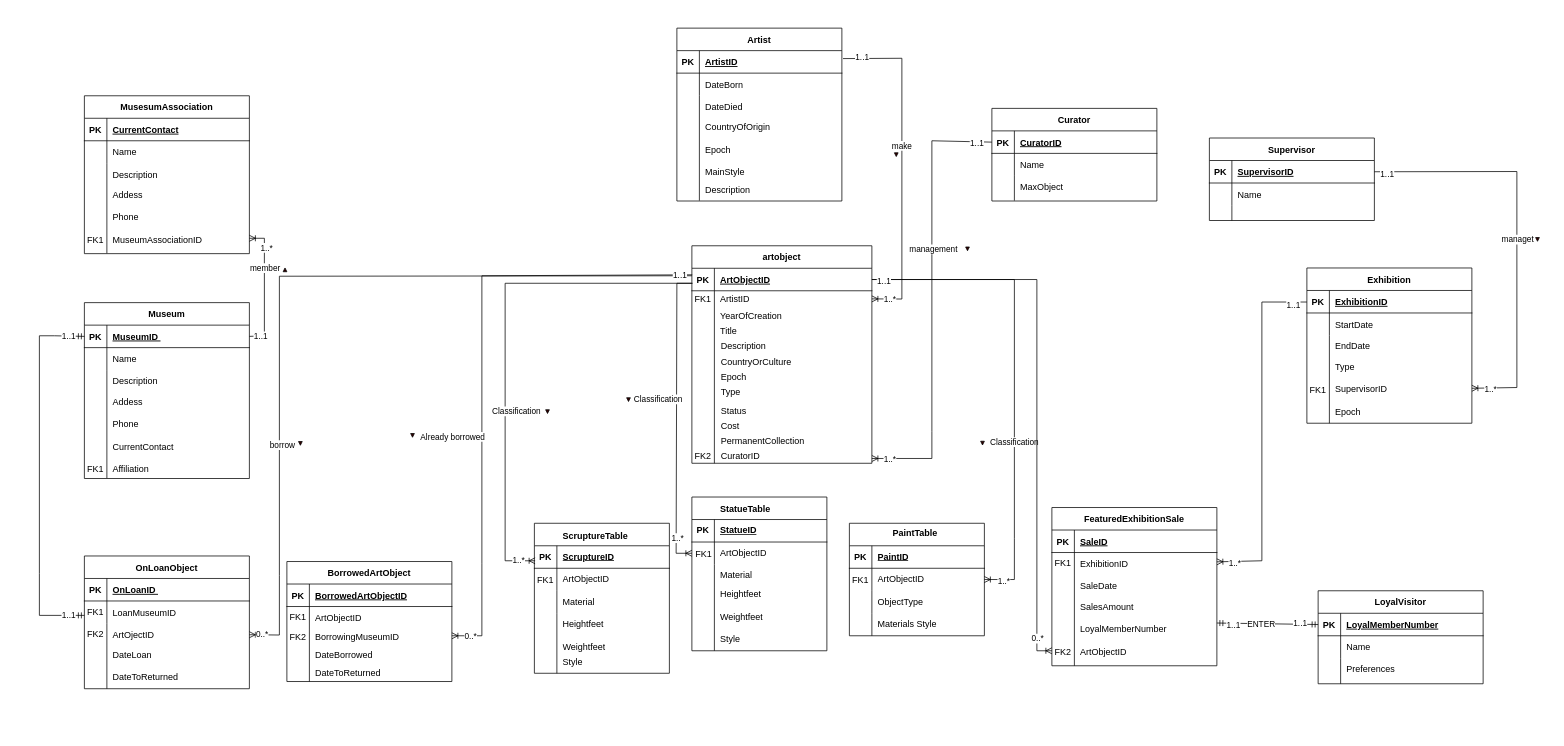
This is 未命名绘图.drawio from rz871256465/ERmodel, a draw.io file, before an edit. Source tidied: cells renumbered, new cells numbered last; positions are measured from the earlier drawing's top-left corner, leaving out a move shared by most shapes. Both pictures are drawn from the tidied source at 75%, with x=0, y=0 at pixel (39, 28).
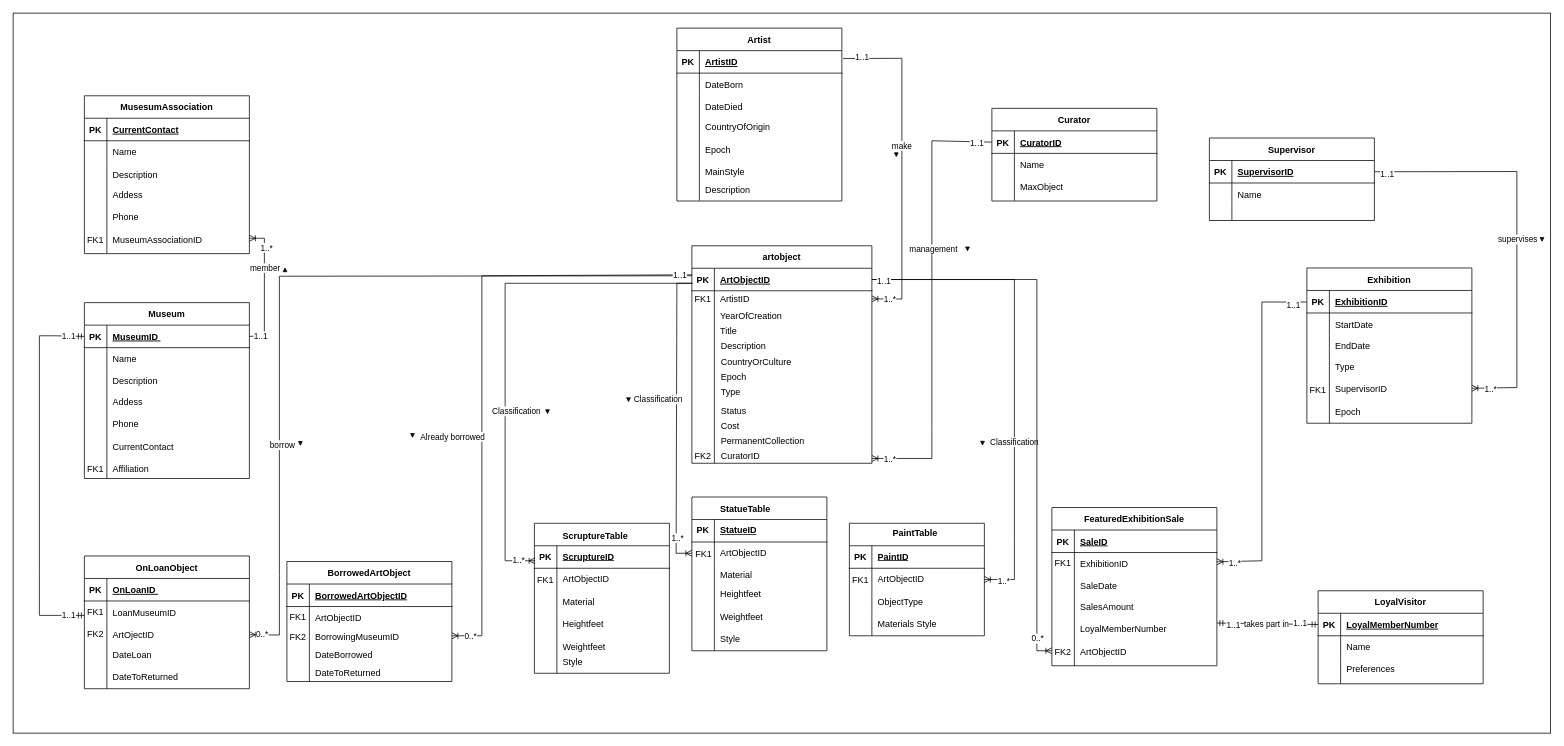
The same diagram, later.

Commit message (it also covers changes not shown here):
更新未命名绘图.drawio

The change refers to these unchanged cells:
```xml
<mxCell id="253" style="endArrow=ERmandOne;html=1;rounded=0;startArrow=ERmandOne;startFill=0;endFill=0;entryX=0;entryY=0.5;entryDx=0;entryDy=0;" parent="1" edge="1" target="225">
  <mxGeometry relative="1" as="geometry">
    <mxPoint x="1570" y="793.2" as="sourcePoint" />
  </mxGeometry>
</mxCell>
<mxCell id="257" style="endArrow=none;html=1;rounded=0;entryX=1;entryY=0.5;entryDx=0;entryDy=0;startArrow=ERoneToMany;startFill=0;endFill=0;" parent="1" edge="1" target="236">
  <mxGeometry relative="1" as="geometry">
    <mxPoint x="1910" y="480.2" as="sourcePoint" />
    <Array as="points">
      <mxPoint x="1970" y="479.2" />
      <mxPoint x="1970" y="191.2" />
    </Array>
  </mxGeometry>
</mxCell>
```

What changed in the source:
```diff
@@
+    <mxCell id="270" style="rounded=0;whiteSpace=wrap;html=1;" parent="1" vertex="1">
+      <mxGeometry x="-35" y="-20" width="2050" height="960" as="geometry" />
+    </mxCell>
@@
-    <mxCell id="254" value="ENTER" style="edgeLabel;html=1;align=center;verticalAlign=middle;" parent="253" vertex="1">
-      <mxGeometry x="-0.12" relative="1" as="geometry" />
+    <mxCell id="254" value="takes part in" style="edgeLabel;html=1;align=center;verticalAlign=middle;" parent="253" vertex="1">
+      <mxGeometry x="-0.12" relative="1" as="geometry">
+        <mxPoint x="7" as="offset" />
+      </mxGeometry>
     </mxCell>
@@
-    <mxCell id="258" value="managet" style="edgeLabel;html=1;align=center;verticalAlign=middle;" parent="257" vertex="1">
+    <mxCell id="258" value="supervises" style="edgeLabel;html=1;align=center;verticalAlign=middle;" parent="257" vertex="1">
       <mxGeometry x="-0.04" relative="1" as="geometry" />
     </mxCell>
@@
     <mxCell id="263" style="triangle;whiteSpace=wrap;html=1;rotation=90;fillColor=#330000;" parent="1" vertex="1">
-      <mxGeometry x="1995" y="279.2" width="5" height="5" as="geometry" />
+      <mxGeometry x="2001" y="279.2" width="5" height="5" as="geometry" />
     </mxCell>
```
